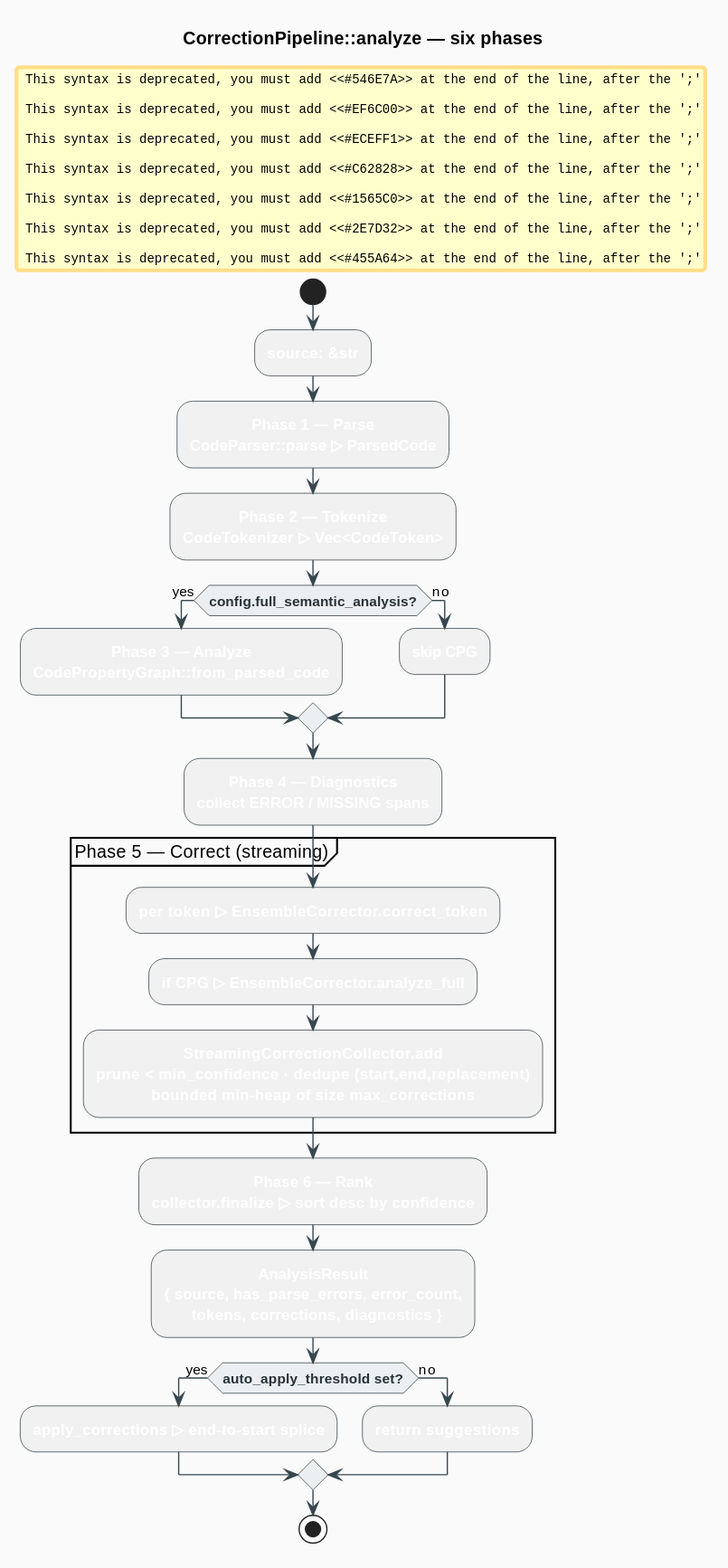
The PlantUML diagram docs/diagrams/code-pipeline.svg in vinary-tree/libgrammstein, before a commit. Source of this version:
```plantuml
@startuml
skinparam backgroundColor #FAFAFA
skinparam shadowing false
skinparam defaultTextAlignment center
skinparam linetype ortho
skinparam ArrowColor #37474F
skinparam activity {
  FontColor white
  FontStyle bold
  BorderColor #263238
  DiamondBackgroundColor #ECEFF1
  DiamondFontColor #263238
}
title CorrectionPipeline::analyze — six phases

start
:source: &str;
#546E7A:**Phase 1 — Parse**
CodeParser::parse ▷ ParsedCode;
#EF6C00:**Phase 2 — Tokenize**
CodeTokenizer ▷ Vec<CodeToken>;
if (config.full_semantic_analysis?) then (yes)
  #EF6C00:**Phase 3 — Analyze**
CodePropertyGraph::from_parsed_code;
else (no)
  #ECEFF1:skip CPG;
endif
#C62828:**Phase 4 — Diagnostics**
collect ERROR / MISSING spans;
partition "Phase 5 — Correct (streaming)" {
  #1565C0:per token ▷ EnsembleCorrector.correct_token;
  #2E7D32:if CPG ▷ EnsembleCorrector.analyze_full;
  #455A64:StreamingCorrectionCollector.add
prune < min_confidence · dedupe (start,end,replacement)
bounded min-heap of size max_corrections;
}
#455A64:**Phase 6 — Rank**
collector.finalize ▷ sort desc by confidence;
:**AnalysisResult**
{ source, has_parse_errors, error_count,
  tokens, corrections, diagnostics };
if (auto_apply_threshold set?) then (yes)
  #EF6C00:apply_corrections ▷ end-to-start splice;
else (no)
  :return suggestions;
endif
stop
@enduml
```
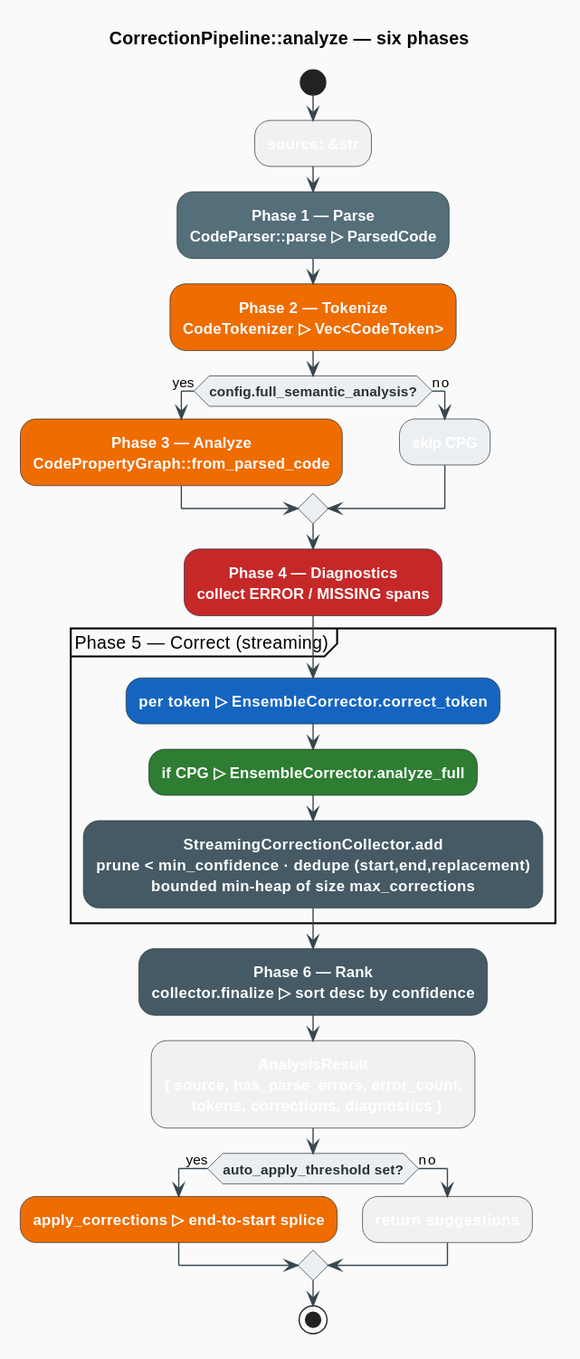
Above is the later version.

The edit, as a diff of the source:
```diff
@@ -15,32 +15,32 @@
 
 start
 :source: &str;
-#546E7A:**Phase 1 — Parse**
-CodeParser::parse ▷ ParsedCode;
-#EF6C00:**Phase 2 — Tokenize**
-CodeTokenizer ▷ Vec<CodeToken>;
+:**Phase 1 — Parse**
+CodeParser::parse ▷ ParsedCode; <<#546E7A>>
+:**Phase 2 — Tokenize**
+CodeTokenizer ▷ Vec<CodeToken>; <<#EF6C00>>
 if (config.full_semantic_analysis?) then (yes)
-  #EF6C00:**Phase 3 — Analyze**
-CodePropertyGraph::from_parsed_code;
+  :**Phase 3 — Analyze**
+CodePropertyGraph::from_parsed_code; <<#EF6C00>>
 else (no)
-  #ECEFF1:skip CPG;
+  :skip CPG; <<#ECEFF1>>
 endif
-#C62828:**Phase 4 — Diagnostics**
-collect ERROR / MISSING spans;
+:**Phase 4 — Diagnostics**
+collect ERROR / MISSING spans; <<#C62828>>
 partition "Phase 5 — Correct (streaming)" {
-  #1565C0:per token ▷ EnsembleCorrector.correct_token;
-  #2E7D32:if CPG ▷ EnsembleCorrector.analyze_full;
-  #455A64:StreamingCorrectionCollector.add
+  :per token ▷ EnsembleCorrector.correct_token; <<#1565C0>>
+  :if CPG ▷ EnsembleCorrector.analyze_full; <<#2E7D32>>
+  :StreamingCorrectionCollector.add
 prune < min_confidence · dedupe (start,end,replacement)
-bounded min-heap of size max_corrections;
+bounded min-heap of size max_corrections; <<#455A64>>
 }
-#455A64:**Phase 6 — Rank**
-collector.finalize ▷ sort desc by confidence;
+:**Phase 6 — Rank**
+collector.finalize ▷ sort desc by confidence; <<#455A64>>
 :**AnalysisResult**
 { source, has_parse_errors, error_count,
   tokens, corrections, diagnostics };
 if (auto_apply_threshold set?) then (yes)
-  #EF6C00:apply_corrections ▷ end-to-start splice;
+  :apply_corrections ▷ end-to-start splice; <<#EF6C00>>
 else (no)
   :return suggestions;
 endif
```
